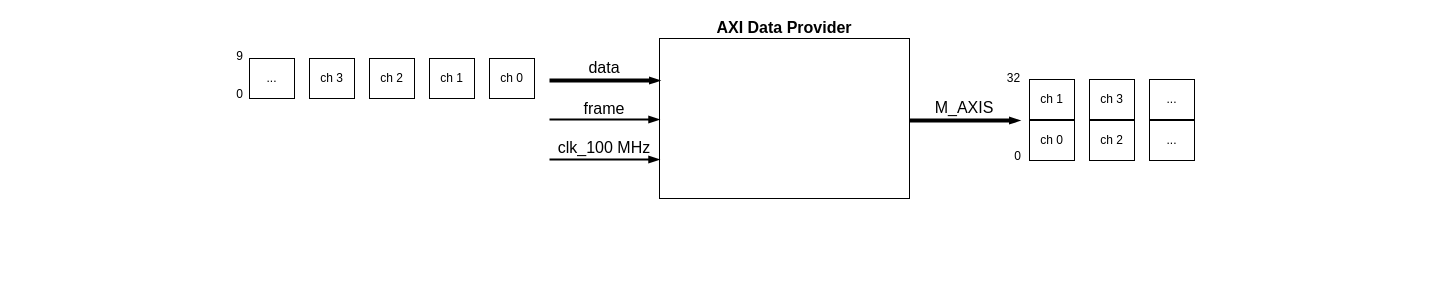
This is page "Page-2" (2 of 2) of Untitled Diagram.drawio from yanshtunder/drawio, a draw.io file, before an edit. Source tidied: cells renumbered, new cells numbered last; positions are measured from the earlier drawing's top-left corner, leaving out a move shared by most shapes. Both pictures are drawn from the tidied source at 100%, with x=0, y=0 at pixel (231, 17).
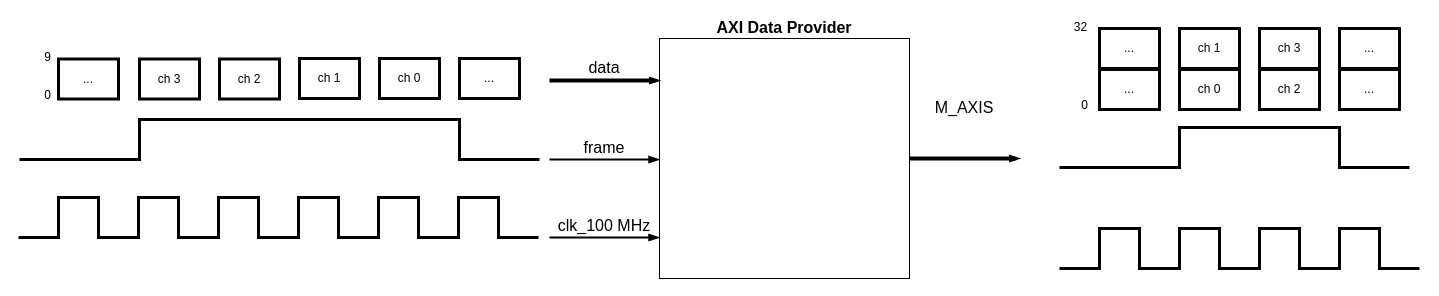
After the change.

Diff of the diagram source:
```diff
@@
     <mxCell id="2" style="rounded=0;whiteSpace=wrap;html=1;fontSize=14;" parent="1" vertex="1">
-      <mxGeometry x="428" y="21" width="250" height="160" as="geometry" />
+      <mxGeometry x="428" y="21" width="250" height="240" as="geometry" />
     </mxCell>
@@
     <mxCell id="4" style="endArrow=blockThin;html=1;fontSize=16;strokeWidth=2;endFill=1;" parent="1" edge="1">
       <mxGeometry relative="1" as="geometry">
-        <mxPoint x="318" y="102" as="sourcePoint" />
-        <mxPoint x="428" y="102" as="targetPoint" />
+        <mxPoint x="318" y="142" as="sourcePoint" />
+        <mxPoint x="428" y="142" as="targetPoint" />
       </mxGeometry>
     </mxCell>
     <mxCell id="5" style="endArrow=blockThin;html=1;fontSize=16;strokeWidth=2;endFill=1;" parent="1" edge="1">
       <mxGeometry relative="1" as="geometry">
-        <mxPoint x="318" y="142" as="sourcePoint" />
-        <mxPoint x="428" y="142" as="targetPoint" />
+        <mxPoint x="318" y="220" as="sourcePoint" />
+        <mxPoint x="428" y="220" as="targetPoint" />
       </mxGeometry>
     </mxCell>
@@
     <mxCell id="7" value="frame" style="text;html=1;strokeColor=none;fillColor=none;align=center;verticalAlign=middle;whiteSpace=wrap;rounded=0;fontSize=16;" parent="1" vertex="1">
-      <mxGeometry x="318" y="81" width="110" height="20" as="geometry" />
+      <mxGeometry x="318" y="120" width="110" height="20" as="geometry" />
     </mxCell>
@@
     <mxCell id="9" value="clk_100 MHz" style="text;html=1;strokeColor=none;fillColor=none;align=center;verticalAlign=middle;whiteSpace=wrap;rounded=0;fontSize=16;" parent="1" vertex="1">
-      <mxGeometry x="318" y="120" width="110" height="20" as="geometry" />
+      <mxGeometry x="318" y="198" width="110" height="20" as="geometry" />
     </mxCell>
@@
     <mxCell id="11" style="endArrow=blockThin;html=1;fontSize=16;fontStyle=1;strokeWidth=4;endSize=0;startSize=0;endFill=1;" parent="1" edge="1">
       <mxGeometry relative="1" as="geometry">
-        <mxPoint x="678" y="103" as="sourcePoint" />
-        <mxPoint x="788" y="103" as="targetPoint" />
+        <mxPoint x="678" y="141" as="sourcePoint" />
+        <mxPoint x="788" y="141" as="targetPoint" />
       </mxGeometry>
     </mxCell>
-    <mxCell id="12" value="ch 0" style="rounded=0;whiteSpace=wrap;html=1;" parent="1" vertex="1">
-      <mxGeometry x="258" y="41" width="45" height="40" as="geometry" />
+    <mxCell id="12" value="..." style="rounded=0;whiteSpace=wrap;html=1;strokeWidth=3;" parent="1" vertex="1">
+      <mxGeometry x="228" y="41" width="60" height="40" as="geometry" />
     </mxCell>
-    <mxCell id="13" value="ch 1" style="rounded=0;whiteSpace=wrap;html=1;" parent="1" vertex="1">
-      <mxGeometry x="198" y="41" width="45" height="40" as="geometry" />
+    <mxCell id="13" value="ch 0" style="rounded=0;whiteSpace=wrap;html=1;strokeWidth=3;" parent="1" vertex="1">
+      <mxGeometry x="148" y="41" width="60" height="40" as="geometry" />
     </mxCell>
-    <mxCell id="14" value="ch 2" style="rounded=0;whiteSpace=wrap;html=1;" parent="1" vertex="1">
-      <mxGeometry x="138" y="41" width="45" height="40" as="geometry" />
+    <mxCell id="14" value="ch 1" style="rounded=0;whiteSpace=wrap;html=1;strokeWidth=3;" parent="1" vertex="1">
+      <mxGeometry x="68" y="41" width="60" height="40" as="geometry" />
     </mxCell>
-    <mxCell id="15" value="ch 3" style="rounded=0;whiteSpace=wrap;html=1;" parent="1" vertex="1">
-      <mxGeometry x="78" y="41" width="45" height="40" as="geometry" />
+    <mxCell id="15" value="ch 2" style="rounded=0;whiteSpace=wrap;html=1;strokeWidth=3;" parent="1" vertex="1">
+      <mxGeometry x="-12" y="41.5" width="60" height="40" as="geometry" />
     </mxCell>
-    <mxCell id="16" value="ch 1" style="rounded=0;whiteSpace=wrap;html=1;" parent="1" vertex="1">
-      <mxGeometry x="798" y="62" width="45" height="40" as="geometry" />
+    <mxCell id="16" value="..." style="rounded=0;whiteSpace=wrap;html=1;strokeWidth=3;" parent="1" vertex="1">
+      <mxGeometry x="868" y="11" width="60" height="40" as="geometry" />
     </mxCell>
-    <mxCell id="17" value="ch 0" style="rounded=0;whiteSpace=wrap;html=1;" parent="1" vertex="1">
-      <mxGeometry x="798" y="103" width="45" height="40" as="geometry" />
+    <mxCell id="17" value="..." style="rounded=0;whiteSpace=wrap;html=1;strokeWidth=3;" parent="1" vertex="1">
+      <mxGeometry x="868" y="52" width="60" height="40" as="geometry" />
     </mxCell>
-    <mxCell id="18" value="ch 3" style="rounded=0;whiteSpace=wrap;html=1;" parent="1" vertex="1">
-      <mxGeometry x="858" y="62" width="45" height="40" as="geometry" />
-    </mxCell>
-    <mxCell id="19" value="ch 2" style="rounded=0;whiteSpace=wrap;html=1;" parent="1" vertex="1">
-      <mxGeometry x="858" y="103" width="45" height="40" as="geometry" />
-    </mxCell>
     <mxCell id="20" value="0" style="text;html=1;strokeColor=none;fillColor=none;align=center;verticalAlign=middle;whiteSpace=wrap;rounded=0;" parent="1" vertex="1">
-      <mxGeometry x="778" y="129" width="17" height="20" as="geometry" />
+      <mxGeometry x="845" y="78" width="17" height="20" as="geometry" />
     </mxCell>
     <mxCell id="21" value="32" style="text;html=1;strokeColor=none;fillColor=none;align=center;verticalAlign=middle;whiteSpace=wrap;rounded=0;" parent="1" vertex="1">
-      <mxGeometry x="774" y="51" width="17" height="20" as="geometry" />
+      <mxGeometry x="841" width="17" height="20" as="geometry" />
     </mxCell>
     <mxCell id="22" value="0" style="text;html=1;strokeColor=none;fillColor=none;align=center;verticalAlign=middle;whiteSpace=wrap;rounded=0;" parent="1" vertex="1">
-      <mxGeometry y="66.5" width="17" height="20" as="geometry" />
+      <mxGeometry x="-192" y="68" width="17" height="20" as="geometry" />
     </mxCell>
     <mxCell id="23" value="9" style="text;html=1;strokeColor=none;fillColor=none;align=center;verticalAlign=middle;whiteSpace=wrap;rounded=0;" parent="1" vertex="1">
-      <mxGeometry y="28.5" width="17" height="20" as="geometry" />
+      <mxGeometry x="-192" y="30" width="17" height="20" as="geometry" />
     </mxCell>
-    <mxCell id="24" value="..." style="rounded=0;whiteSpace=wrap;html=1;" parent="1" vertex="1">
-      <mxGeometry x="918" y="62" width="45" height="40" as="geometry" />
-    </mxCell>
-    <mxCell id="25" value="..." style="rounded=0;whiteSpace=wrap;html=1;" parent="1" vertex="1">
-      <mxGeometry x="918" y="103" width="45" height="40" as="geometry" />
-    </mxCell>
-    <mxCell id="26" value="..." style="rounded=0;whiteSpace=wrap;html=1;" parent="1" vertex="1">
-      <mxGeometry x="18" y="41" width="45" height="40" as="geometry" />
+    <mxCell id="26" value="..." style="rounded=0;whiteSpace=wrap;html=1;strokeWidth=3;" parent="1" vertex="1">
+      <mxGeometry x="-173" y="41.5" width="60" height="40" as="geometry" />
     </mxCell>
+    <mxCell id="27" style="endArrow=none;html=1;strokeColor=#000000;strokeWidth=3;fontSize=16;rounded=0;" parent="1" edge="1">
+      <mxGeometry relative="1" as="geometry">
+        <mxPoint x="-212" y="142" as="sourcePoint" />
+        <mxPoint x="308" y="142" as="targetPoint" />
+        <Array as="points">
+          <mxPoint x="-92" y="142" />
+          <mxPoint x="-92" y="102" />
+          <mxPoint x="228" y="102" />
+          <mxPoint x="228" y="142" />
+        </Array>
+      </mxGeometry>
+    </mxCell>
+    <mxCell id="28" style="endArrow=none;html=1;strokeWidth=3;fontSize=16;rounded=0;endFill=0;" parent="1" edge="1">
+      <mxGeometry relative="1" as="geometry">
+        <mxPoint x="-213" y="220" as="sourcePoint" />
+        <mxPoint x="307" y="220" as="targetPoint" />
+        <Array as="points">
+          <mxPoint x="-173" y="220" />
+          <mxPoint x="-173" y="180" />
+          <mxPoint x="-133" y="180" />
+          <mxPoint x="-133" y="220" />
+          <mxPoint x="-93" y="220" />
+          <mxPoint x="-93" y="180" />
+          <mxPoint x="-53" y="180" />
+          <mxPoint x="-53" y="220" />
+          <mxPoint x="-13" y="220" />
+          <mxPoint x="-13" y="180" />
+          <mxPoint x="27" y="180" />
+          <mxPoint x="27" y="220" />
+          <mxPoint x="67" y="220" />
+          <mxPoint x="67" y="180" />
+          <mxPoint x="107" y="180" />
+          <mxPoint x="107" y="220" />
+          <mxPoint x="147" y="220" />
+          <mxPoint x="147" y="180" />
+          <mxPoint x="187" y="180" />
+          <mxPoint x="187" y="220" />
+          <mxPoint x="227" y="220" />
+          <mxPoint x="227" y="180" />
+          <mxPoint x="267" y="180" />
+          <mxPoint x="267" y="220" />
+          <mxPoint x="307" y="220" />
+        </Array>
+      </mxGeometry>
+    </mxCell>
+    <mxCell id="29" value="ch 3" style="rounded=0;whiteSpace=wrap;html=1;strokeWidth=3;" parent="1" vertex="1">
+      <mxGeometry x="-92" y="41.5" width="60" height="40" as="geometry" />
+    </mxCell>
+    <mxCell id="30" style="endArrow=none;html=1;strokeColor=#000000;strokeWidth=3;fontSize=16;rounded=0;" parent="1" edge="1">
+      <mxGeometry relative="1" as="geometry">
+        <mxPoint x="828" y="150" as="sourcePoint" />
+        <mxPoint x="1178" y="150" as="targetPoint" />
+        <Array as="points">
+          <mxPoint x="948" y="150" />
+          <mxPoint x="948" y="110" />
+          <mxPoint x="1108" y="110" />
+          <mxPoint x="1108" y="150" />
+        </Array>
+      </mxGeometry>
+    </mxCell>
+    <mxCell id="31" style="endArrow=none;html=1;strokeWidth=3;fontSize=16;rounded=0;endFill=0;" parent="1" edge="1">
+      <mxGeometry relative="1" as="geometry">
+        <mxPoint x="828" y="251" as="sourcePoint" />
+        <mxPoint x="1188" y="251" as="targetPoint" />
+        <Array as="points">
+          <mxPoint x="868" y="251" />
+          <mxPoint x="868" y="211" />
+          <mxPoint x="908" y="211" />
+          <mxPoint x="908" y="251" />
+          <mxPoint x="948" y="251" />
+          <mxPoint x="948" y="211" />
+          <mxPoint x="988" y="211" />
+          <mxPoint x="988" y="251" />
+          <mxPoint x="1028" y="251" />
+          <mxPoint x="1028" y="211" />
+          <mxPoint x="1068" y="211" />
+          <mxPoint x="1068" y="251" />
+          <mxPoint x="1108" y="251" />
+          <mxPoint x="1108" y="211" />
+          <mxPoint x="1148" y="211" />
+          <mxPoint x="1148" y="251" />
+          <mxPoint x="1188" y="251" />
+        </Array>
+      </mxGeometry>
+    </mxCell>
+    <mxCell id="32" value="ch 1" style="rounded=0;whiteSpace=wrap;html=1;strokeWidth=3;" parent="1" vertex="1">
+      <mxGeometry x="948" y="11" width="60" height="40" as="geometry" />
+    </mxCell>
+    <mxCell id="33" value="ch 0" style="rounded=0;whiteSpace=wrap;html=1;strokeWidth=3;" parent="1" vertex="1">
+      <mxGeometry x="948" y="52" width="60" height="40" as="geometry" />
+    </mxCell>
+    <mxCell id="34" value="ch 3" style="rounded=0;whiteSpace=wrap;html=1;strokeWidth=3;" parent="1" vertex="1">
+      <mxGeometry x="1028" y="11" width="60" height="40" as="geometry" />
+    </mxCell>
+    <mxCell id="19" value="ch 2" style="rounded=0;whiteSpace=wrap;html=1;strokeWidth=3;" parent="1" vertex="1">
+      <mxGeometry x="1028" y="52" width="60" height="40" as="geometry" />
+    </mxCell>
+    <mxCell id="35" value="..." style="rounded=0;whiteSpace=wrap;html=1;strokeWidth=3;" parent="1" vertex="1">
+      <mxGeometry x="1108" y="11" width="60" height="40" as="geometry" />
+    </mxCell>
+    <mxCell id="36" value="..." style="rounded=0;whiteSpace=wrap;html=1;strokeWidth=3;" parent="1" vertex="1">
+      <mxGeometry x="1108" y="52" width="60" height="40" as="geometry" />
+    </mxCell>
```
